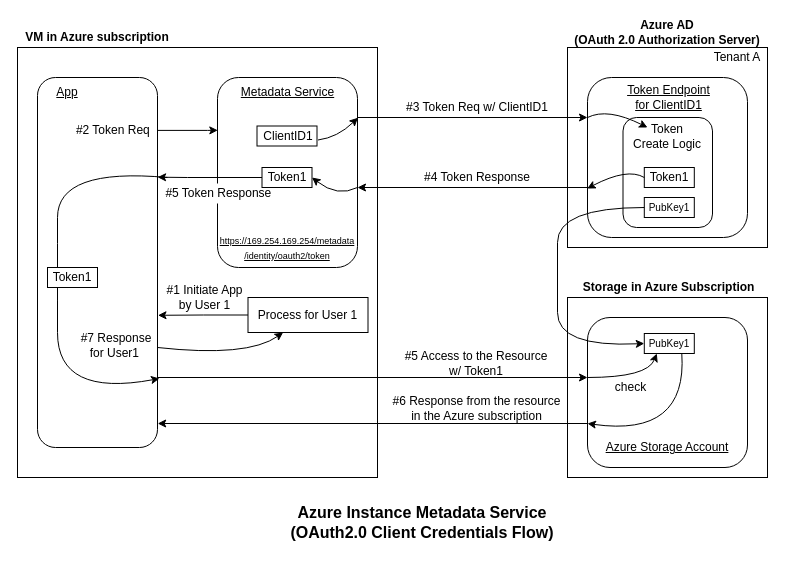
This is OAuth2.0_Authorization/metadata_service_Azure_ManagedID.drawio from developer-onizuka/Diagrams, a draw.io file, before an edit. Source tidied: cells renumbered, new cells numbered last; positions are measured from the earlier drawing's top-left corner, leaving out a move shared by most shapes. Both pictures are drawn from the tidied source at 100%, with x=0, y=0 at pixel (17, 17).
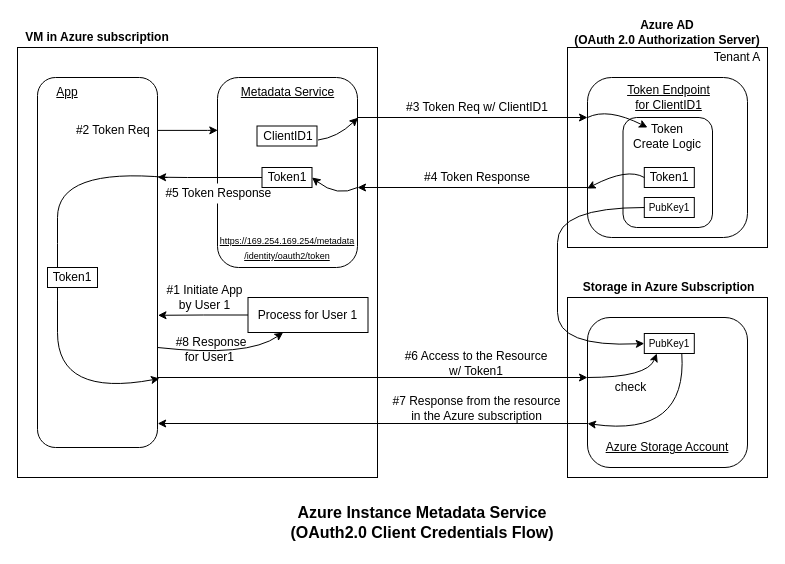
The same page after the edit.

The edit, as a diff of the source:
```diff
@@
-    <mxCell id="17" value="#5 Access to the Resource&lt;br&gt;w/ Token1" style="text;html=1;strokeColor=none;fillColor=none;align=center;verticalAlign=middle;whiteSpace=wrap;rounded=0;" parent="1" vertex="1">
+    <mxCell id="17" value="#6 Access to the Resource&lt;br&gt;w/ Token1" style="text;html=1;strokeColor=none;fillColor=none;align=center;verticalAlign=middle;whiteSpace=wrap;rounded=0;" parent="1" vertex="1">
       <mxGeometry x="379" y="331" width="160" height="30" as="geometry" />
     </mxCell>
@@
-    <mxCell id="19" value="#6 Response from the resource in the Azure subscription" style="text;html=1;strokeColor=none;fillColor=none;align=center;verticalAlign=middle;whiteSpace=wrap;rounded=0;" parent="1" vertex="1">
+    <mxCell id="19" value="#7 Response from the resource in the Azure subscription" style="text;html=1;strokeColor=none;fillColor=none;align=center;verticalAlign=middle;whiteSpace=wrap;rounded=0;" parent="1" vertex="1">
       <mxGeometry x="369.5" y="376" width="179" height="30" as="geometry" />
     </mxCell>
@@
-    <mxCell id="34" value="#7 Response for User1&amp;nbsp;" style="text;html=1;strokeColor=none;fillColor=none;align=center;verticalAlign=middle;whiteSpace=wrap;rounded=0;" parent="1" vertex="1">
-      <mxGeometry x="55" y="307.5" width="87.5" height="40" as="geometry" />
+    <mxCell id="34" value="#8 Response for User1&amp;nbsp;" style="text;html=1;strokeColor=none;fillColor=none;align=center;verticalAlign=middle;whiteSpace=wrap;rounded=0;" parent="1" vertex="1">
+      <mxGeometry x="149.5" y="312" width="87.5" height="40" as="geometry" />
     </mxCell>
```
